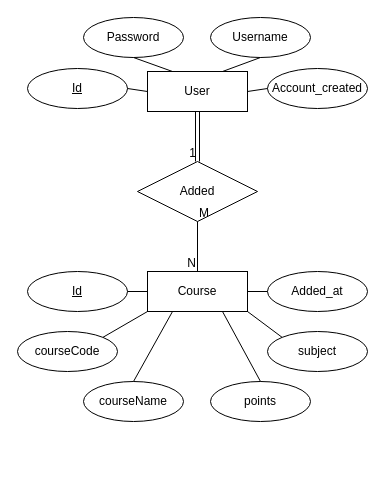
JohannaHannahoJ/ts-projektuppgift-jh-postgres keeps this draw.io diagram as er-diagram-diary.drawio. Above is the earlier version. Source tidied: cells renumbered, new cells numbered last; positions are measured from the earlier drawing's top-left corner, leaving out a move shared by most shapes. Both pictures are drawn from the tidied source at 100%, with x=0, y=0 at pixel (17, 17).
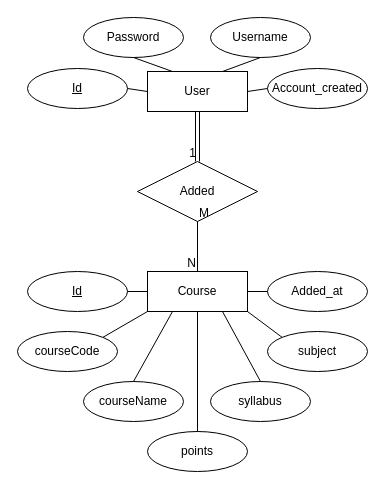
Above is the later version.

Commit message (it also covers changes not shown here):
Add syllabus to ER chart

The change refers to these unchanged cells:
```xml
<mxCell id="7" value="Course" style="whiteSpace=wrap;html=1;align=center;" parent="1" vertex="1">
  <mxGeometry x="130" y="254" width="100" height="40" as="geometry" />
</mxCell>
```

What changed in the source:
```diff
@@
     <mxCell id="27" value="points" style="ellipse;whiteSpace=wrap;html=1;align=center;" parent="1" vertex="1">
-      <mxGeometry x="193" y="364" width="100" height="40" as="geometry" />
+      <mxGeometry x="130" y="414" width="100" height="40" as="geometry" />
     </mxCell>
@@
-    <mxCell id="29" style="endArrow=none;html=1;rounded=0;exitX=0.75;exitY=1;exitDx=0;exitDy=0;entryX=0.5;entryY=0;entryDx=0;entryDy=0;" parent="1" edge="1" source="7" target="27">
+    <mxCell id="29" style="endArrow=none;html=1;rounded=0;exitX=0.5;exitY=1;exitDx=0;exitDy=0;entryX=0.5;entryY=0;entryDx=0;entryDy=0;" parent="1" edge="1" source="7" target="27">
       <mxGeometry relative="1" as="geometry" />
     </mxCell>
+    <mxCell id="30" value="syllabus" style="ellipse;whiteSpace=wrap;html=1;align=center;" parent="1" vertex="1">
+      <mxGeometry x="193" y="364" width="100" height="40" as="geometry" />
+    </mxCell>
+    <mxCell id="31" style="endArrow=none;html=1;rounded=0;exitX=0.75;exitY=1;exitDx=0;exitDy=0;entryX=0.5;entryY=0;entryDx=0;entryDy=0;" parent="1" edge="1" source="7" target="30">
+      <mxGeometry relative="1" as="geometry" />
+    </mxCell>
```
